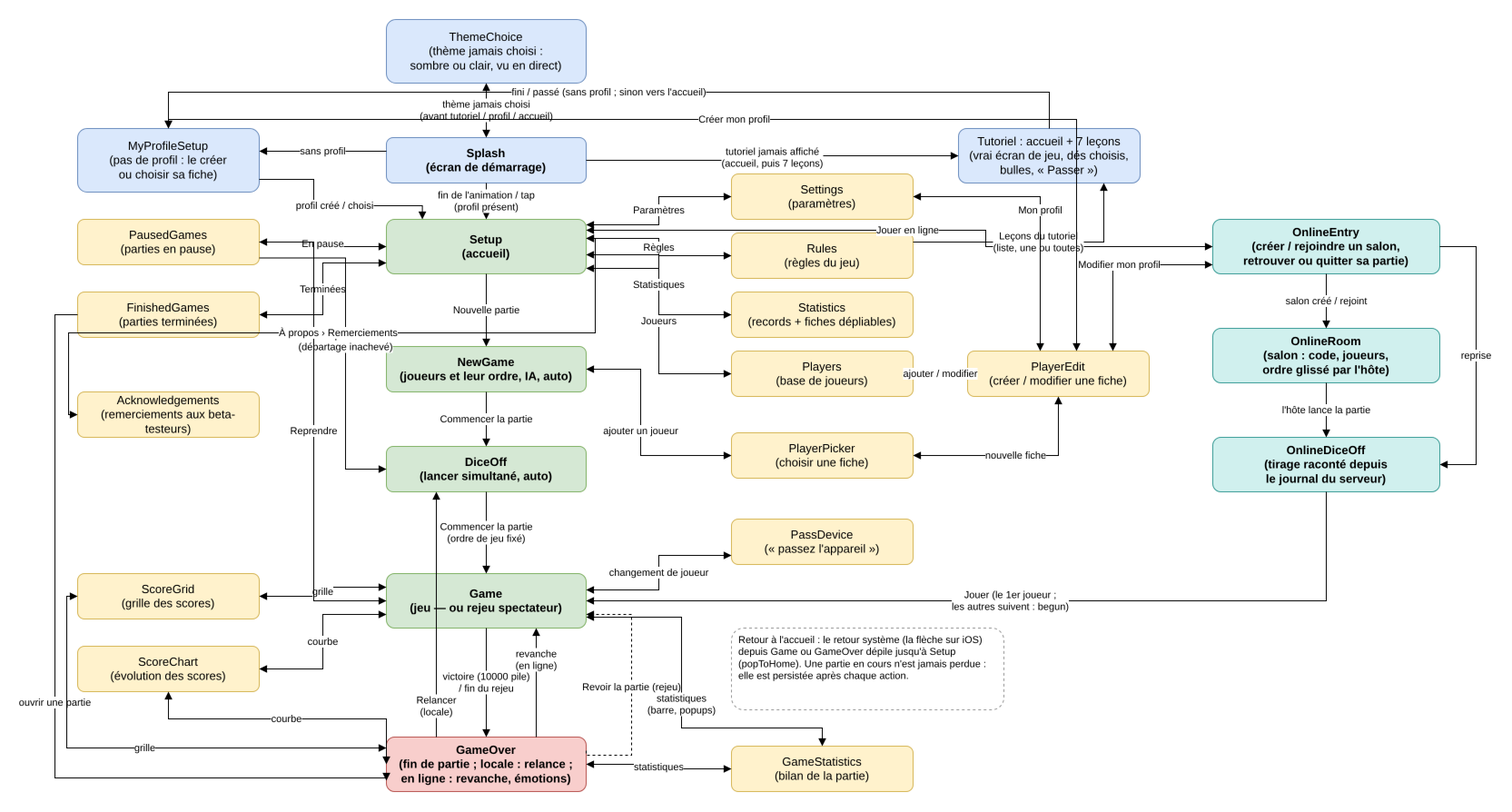
The draw.io diagram docs/screen-flow.png in microscotch/tenk, before a commit. Source tidied: cells renumbered, new cells last; positions are measured from the earlier drawing's top-left corner, leaving out a move shared by most shapes.
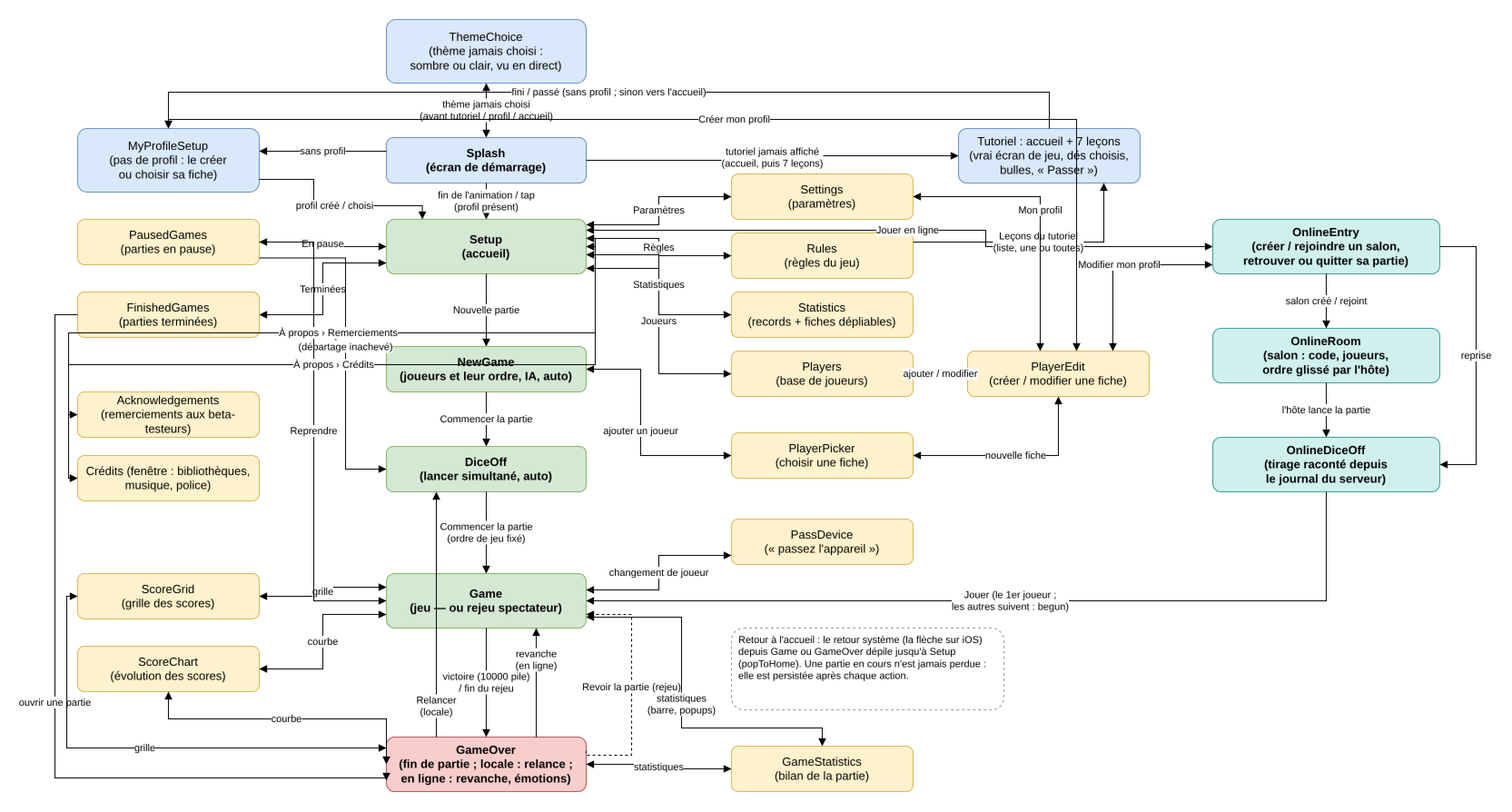
The same file after the commit.

Change to the diagram source:
```diff
@@ -222,6 +222,9 @@
     <mxCell id="56" value="thème jamais choisi&#10;(avant tutoriel / profil / accueil)" style="edgeStyle=orthogonalEdgeStyle;rounded=0;html=1;fontSize=11;startArrow=block;startFill=1;endArrow=block;endFill=1;labelBackgroundColor=#ffffff;" parent="1" edge="1" source="2" target="55">
       <mxGeometry relative="1" as="geometry" />
     </mxCell>
+    <mxCell id="70" value="À propos › Crédits" style="edgeStyle=orthogonalEdgeStyle;rounded=0;html=1;fontSize=11;startArrow=block;startFill=1;endArrow=block;endFill=1;exitX=1;exitY=0.5;entryX=0;entryY=0.5;" parent="1" edge="1" source="3" target="71">
+      <mxGeometry relative="1" as="geometry" />
+    </mxCell>
     <mxCell id="57" value="MyProfileSetup&#10;(pas de profil : le créer&#10;ou choisir sa fiche)" style="rounded=1;whiteSpace=wrap;html=1;fillColor=#dae8fc;strokeColor=#6c8ebf;fontSize=13;" parent="1" vertex="1">
       <mxGeometry x="25" y="120" width="200" height="70" as="geometry" />
     </mxCell>
@@ -284,8 +287,14 @@
     <mxCell id="68" value="Acknowledgements (remerciements aux beta-testeurs)" style="rounded=1;whiteSpace=wrap;html=1;fillColor=#fff2cc;strokeColor=#d6b656;fontSize=13;" parent="1" vertex="1">
       <mxGeometry x="25" y="410" width="200" height="50" as="geometry" />
     </mxCell>
+    <mxCell id="71" value="Crédits (fenêtre : bibliothèques, musique, police)" style="rounded=1;whiteSpace=wrap;html=1;fillColor=#fff2cc;strokeColor=#d6b656;fontSize=13;" parent="1" vertex="1">
+      <mxGeometry x="25" y="480" width="200" height="50" as="geometry" />
+    </mxCell>
     <mxCell id="69" value="À propos › Remerciements" style="edgeStyle=orthogonalEdgeStyle;rounded=0;html=1;fontSize=11;startArrow=block;startFill=1;endArrow=block;endFill=1;exitX=1;exitY=0.35;entryX=0;entryY=0.5;" parent="1" edge="1" source="3" target="68">
       <mxGeometry relative="1" as="geometry" />
     </mxCell>
+    <mxCell id="72" value="À propos › Crédits" style="edgeStyle=orthogonalEdgeStyle;rounded=0;html=1;fontSize=11;startArrow=block;startFill=1;endArrow=block;endFill=1;exitX=1;exitY=0.5;entryX=0;entryY=0.5;" parent="1" edge="1" source="3" target="71">
+      <mxGeometry relative="1" as="geometry" />
+    </mxCell>
   </root>
 </mxGraphModel>
```
